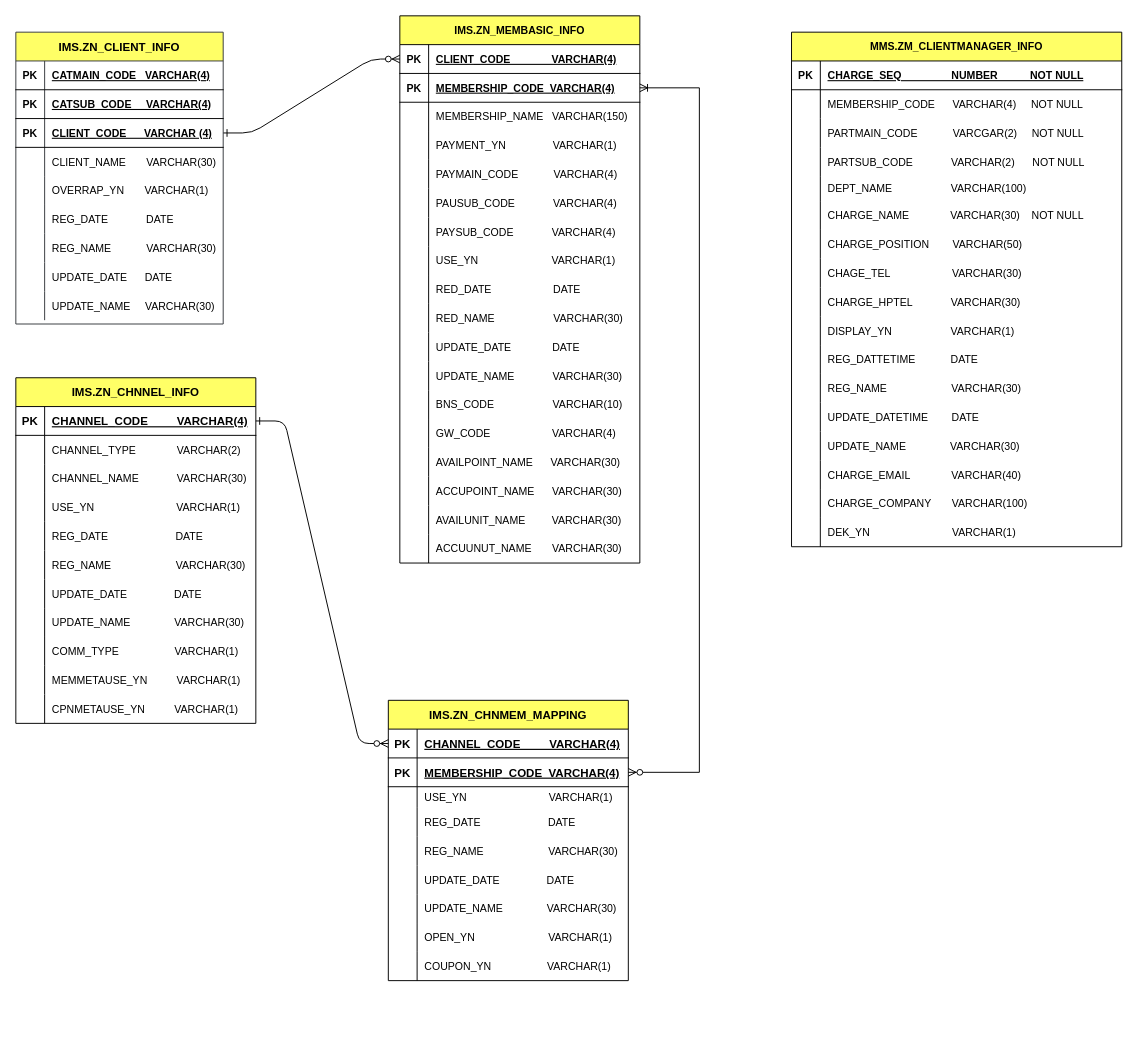
Before: Untitled Diagram.drawio in qksl22/Java, a draw.io diagram. Source tidied: cells renumbered, new cells numbered last; positions are measured from the earlier drawing's top-left corner, leaving out a move shared by most shapes. Both pictures are drawn from the tidied source at 96%, with x=0, y=0 at pixel (15, 15).
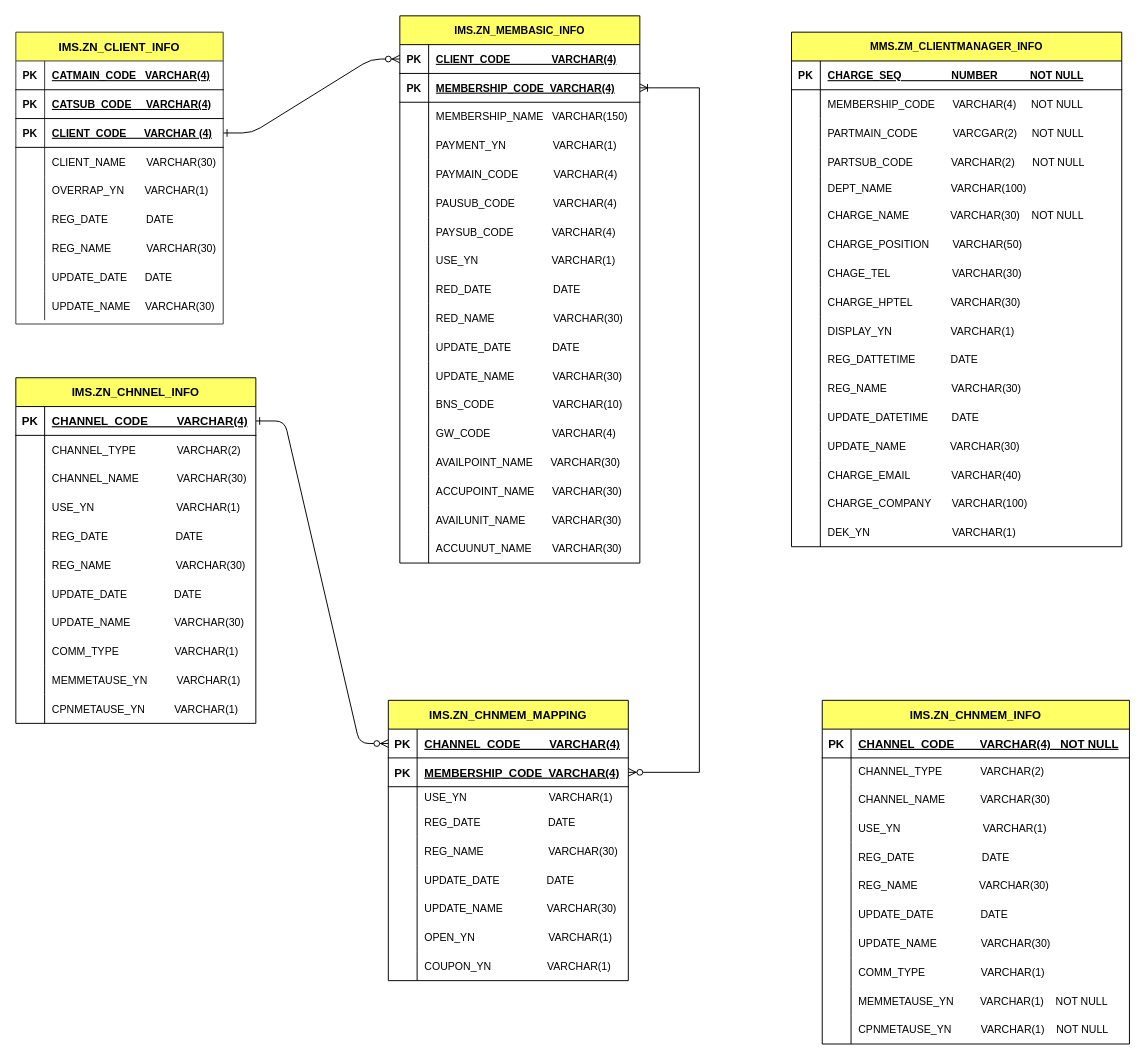
The same page after the edit.

What changed in the source:
```diff
@@
+    <mxCell id="202" value="IMS.ZN_CHNMEM_INFO" style="shape=table;startSize=30;childLayout=tableLayout;rowLines=0;fontStyle=1;align=center;fillColor=#FFFF66;" parent="1" vertex="1">
+      <mxGeometry x="840" y="713" width="320" height="358" as="geometry" />
+    </mxCell>
+    <mxCell id="203" style="shape=partialRectangle;fillColor=none;top=0;left=0;right=0;bottom=1;" parent="202" vertex="1">
+      <mxGeometry y="30" width="320" height="30" as="geometry" />
+    </mxCell>
+    <mxCell id="204" value="PK" style="shape=partialRectangle;overflow=hidden;fillColor=none;top=0;left=0;bottom=0;right=0;fontStyle=1;" parent="203" vertex="1">
+      <mxGeometry width="30" height="30" as="geometry" />
+    </mxCell>
+    <mxCell id="205" value="CHANNEL_CODE        VARCHAR(4)   NOT NULL" style="shape=partialRectangle;overflow=hidden;fillColor=none;top=0;left=0;bottom=0;right=0;align=left;spacingLeft=6;fontStyle=5;shadow=0;" parent="203" vertex="1">
+      <mxGeometry x="30" width="290" height="30" as="geometry" />
+    </mxCell>
+    <mxCell id="206" style="shape=partialRectangle;fillColor=none;top=0;left=0;right=0;bottom=0;fontSize=11;" parent="202" vertex="1">
+      <mxGeometry y="60" width="320" height="28" as="geometry" />
+    </mxCell>
+    <mxCell id="207" style="shape=partialRectangle;overflow=hidden;fillColor=none;top=0;left=0;bottom=0;right=0;fontSize=11;" parent="206" vertex="1">
+      <mxGeometry width="30" height="28" as="geometry" />
+    </mxCell>
+    <mxCell id="208" value="CHANNEL_TYPE             VARCHAR(2)" style="shape=partialRectangle;overflow=hidden;fillColor=none;top=0;left=0;bottom=0;right=0;align=left;spacingLeft=6;fontSize=11;" parent="206" vertex="1">
+      <mxGeometry x="30" width="290" height="28" as="geometry" />
+    </mxCell>
+    <mxCell id="209" style="shape=partialRectangle;fillColor=none;top=0;left=0;right=0;bottom=0;fontSize=11;" parent="202" vertex="1">
+      <mxGeometry y="88" width="320" height="30" as="geometry" />
+    </mxCell>
+    <mxCell id="210" style="shape=partialRectangle;overflow=hidden;fillColor=none;top=0;left=0;bottom=0;right=0;fontSize=11;" parent="209" vertex="1">
+      <mxGeometry width="30" height="30" as="geometry" />
+    </mxCell>
+    <mxCell id="211" value="CHANNEL_NAME            VARCHAR(30)" style="shape=partialRectangle;overflow=hidden;fillColor=none;top=0;left=0;bottom=0;right=0;align=left;spacingLeft=6;fontSize=11;" parent="209" vertex="1">
+      <mxGeometry x="30" width="290" height="30" as="geometry" />
+    </mxCell>
+    <mxCell id="212" style="shape=partialRectangle;fillColor=none;top=0;left=0;right=0;bottom=0;fontSize=11;" parent="202" vertex="1">
+      <mxGeometry y="118" width="320" height="30" as="geometry" />
+    </mxCell>
+    <mxCell id="213" style="shape=partialRectangle;overflow=hidden;fillColor=none;top=0;left=0;bottom=0;right=0;fontSize=11;" parent="212" vertex="1">
+      <mxGeometry width="30" height="30" as="geometry" />
+    </mxCell>
+    <mxCell id="214" value="USE_YN                            VARCHAR(1)" style="shape=partialRectangle;overflow=hidden;fillColor=none;top=0;left=0;bottom=0;right=0;align=left;spacingLeft=6;fontSize=11;" parent="212" vertex="1">
+      <mxGeometry x="30" width="290" height="30" as="geometry" />
+    </mxCell>
+    <mxCell id="215" style="shape=partialRectangle;fillColor=none;top=0;left=0;right=0;bottom=0;fontSize=11;" parent="202" vertex="1">
+      <mxGeometry y="148" width="320" height="30" as="geometry" />
+    </mxCell>
+    <mxCell id="216" style="shape=partialRectangle;overflow=hidden;fillColor=none;top=0;left=0;bottom=0;right=0;fontSize=11;" parent="215" vertex="1">
+      <mxGeometry width="30" height="30" as="geometry" />
+    </mxCell>
+    <mxCell id="217" value="REG_DATE                       DATE" style="shape=partialRectangle;overflow=hidden;fillColor=none;top=0;left=0;bottom=0;right=0;align=left;spacingLeft=6;fontSize=11;" parent="215" vertex="1">
+      <mxGeometry x="30" width="290" height="30" as="geometry" />
+    </mxCell>
+    <mxCell id="218" style="shape=partialRectangle;fillColor=none;top=0;left=0;right=0;bottom=0;fontSize=11;" parent="202" vertex="1">
+      <mxGeometry y="178" width="320" height="30" as="geometry" />
+    </mxCell>
+    <mxCell id="219" style="shape=partialRectangle;overflow=hidden;fillColor=none;top=0;left=0;bottom=0;right=0;fontSize=11;" parent="218" vertex="1">
+      <mxGeometry width="30" height="30" as="geometry" />
+    </mxCell>
+    <mxCell id="220" value="REG_NAME                     VARCHAR(30)" style="shape=partialRectangle;overflow=hidden;fillColor=none;top=0;left=0;bottom=0;right=0;align=left;spacingLeft=6;fontSize=11;" parent="218" vertex="1">
+      <mxGeometry x="30" width="290" height="30" as="geometry" />
+    </mxCell>
+    <mxCell id="221" style="shape=partialRectangle;fillColor=none;top=0;left=0;right=0;bottom=0;fontSize=11;" parent="202" vertex="1">
+      <mxGeometry y="208" width="320" height="30" as="geometry" />
+    </mxCell>
+    <mxCell id="222" style="shape=partialRectangle;overflow=hidden;fillColor=none;top=0;left=0;bottom=0;right=0;fontSize=11;" parent="221" vertex="1">
+      <mxGeometry width="30" height="30" as="geometry" />
+    </mxCell>
+    <mxCell id="223" value="UPDATE_DATE                DATE" style="shape=partialRectangle;overflow=hidden;fillColor=none;top=0;left=0;bottom=0;right=0;align=left;spacingLeft=6;fontSize=11;" parent="221" vertex="1">
+      <mxGeometry x="30" width="290" height="30" as="geometry" />
+    </mxCell>
+    <mxCell id="224" style="shape=partialRectangle;fillColor=none;top=0;left=0;right=0;bottom=0;fontSize=11;" parent="202" vertex="1">
+      <mxGeometry y="238" width="320" height="30" as="geometry" />
+    </mxCell>
+    <mxCell id="225" style="shape=partialRectangle;overflow=hidden;fillColor=none;top=0;left=0;bottom=0;right=0;fontSize=11;" parent="224" vertex="1">
+      <mxGeometry width="30" height="30" as="geometry" />
+    </mxCell>
+    <mxCell id="226" value="UPDATE_NAME               VARCHAR(30)" style="shape=partialRectangle;overflow=hidden;fillColor=none;top=0;left=0;bottom=0;right=0;align=left;spacingLeft=6;fontSize=11;" parent="224" vertex="1">
+      <mxGeometry x="30" width="290" height="30" as="geometry" />
+    </mxCell>
+    <mxCell id="227" style="shape=partialRectangle;fillColor=none;top=0;left=0;right=0;bottom=0;fontSize=11;" parent="202" vertex="1">
+      <mxGeometry y="268" width="320" height="30" as="geometry" />
+    </mxCell>
+    <mxCell id="228" style="shape=partialRectangle;overflow=hidden;fillColor=none;top=0;left=0;bottom=0;right=0;fontSize=11;" parent="227" vertex="1">
+      <mxGeometry width="30" height="30" as="geometry" />
+    </mxCell>
+    <mxCell id="229" value="COMM_TYPE                   VARCHAR(1)" style="shape=partialRectangle;overflow=hidden;fillColor=none;top=0;left=0;bottom=0;right=0;align=left;spacingLeft=6;fontSize=11;" parent="227" vertex="1">
+      <mxGeometry x="30" width="290" height="30" as="geometry" />
+    </mxCell>
+    <mxCell id="230" style="shape=partialRectangle;fillColor=none;top=0;left=0;right=0;bottom=0;fontSize=11;" parent="202" vertex="1">
+      <mxGeometry y="298" width="320" height="30" as="geometry" />
+    </mxCell>
+    <mxCell id="231" style="shape=partialRectangle;overflow=hidden;fillColor=none;top=0;left=0;bottom=0;right=0;fontSize=11;" parent="230" vertex="1">
+      <mxGeometry width="30" height="30" as="geometry" />
+    </mxCell>
+    <mxCell id="232" value="MEMMETAUSE_YN         VARCHAR(1)    NOT NULL" style="shape=partialRectangle;overflow=hidden;fillColor=none;top=0;left=0;bottom=0;right=0;align=left;spacingLeft=6;fontSize=11;" parent="230" vertex="1">
+      <mxGeometry x="30" width="290" height="30" as="geometry" />
+    </mxCell>
+    <mxCell id="233" style="shape=partialRectangle;fillColor=none;top=0;left=0;right=0;bottom=0;fontSize=11;" parent="202" vertex="1">
+      <mxGeometry y="328" width="320" height="30" as="geometry" />
+    </mxCell>
+    <mxCell id="234" style="shape=partialRectangle;overflow=hidden;fillColor=none;top=0;left=0;bottom=0;right=0;fontSize=11;" parent="233" vertex="1">
+      <mxGeometry width="30" height="30" as="geometry" />
+    </mxCell>
+    <mxCell id="235" value="CPNMETAUSE_YN          VARCHAR(1)    NOT NULL" style="shape=partialRectangle;overflow=hidden;fillColor=none;top=0;left=0;bottom=0;right=0;align=left;spacingLeft=6;fontSize=11;" parent="233" vertex="1">
+      <mxGeometry x="30" width="290" height="30" as="geometry" />
+    </mxCell>
```
